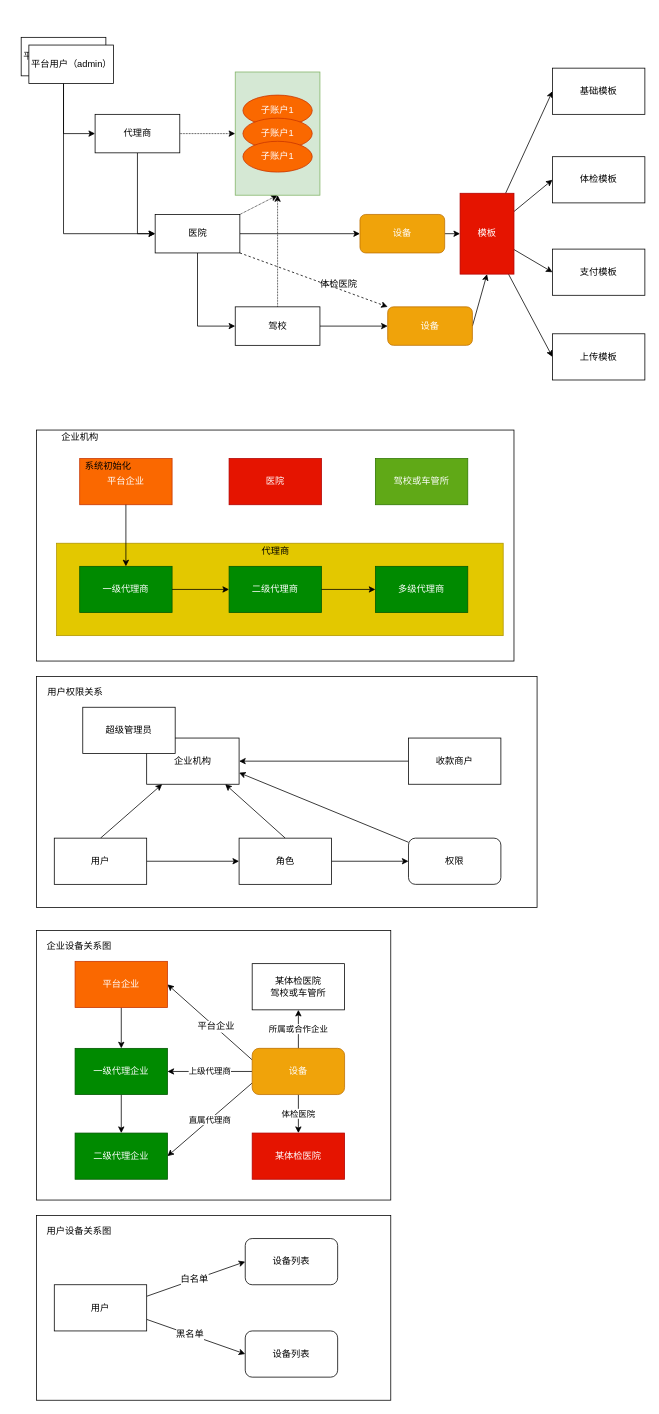
Earlier version of the draw.io diagram page "用户体系模型" (3 of 5) of V3.0.0.drawio (FifteenLab/test). Source tidied: cells renumbered, new cells numbered last; positions are measured from the earlier drawing's top-left corner, leaving out a move shared by most shapes. Both pictures are drawn from the tidied source at 77%, with x=0, y=0 at pixel (21, 29).
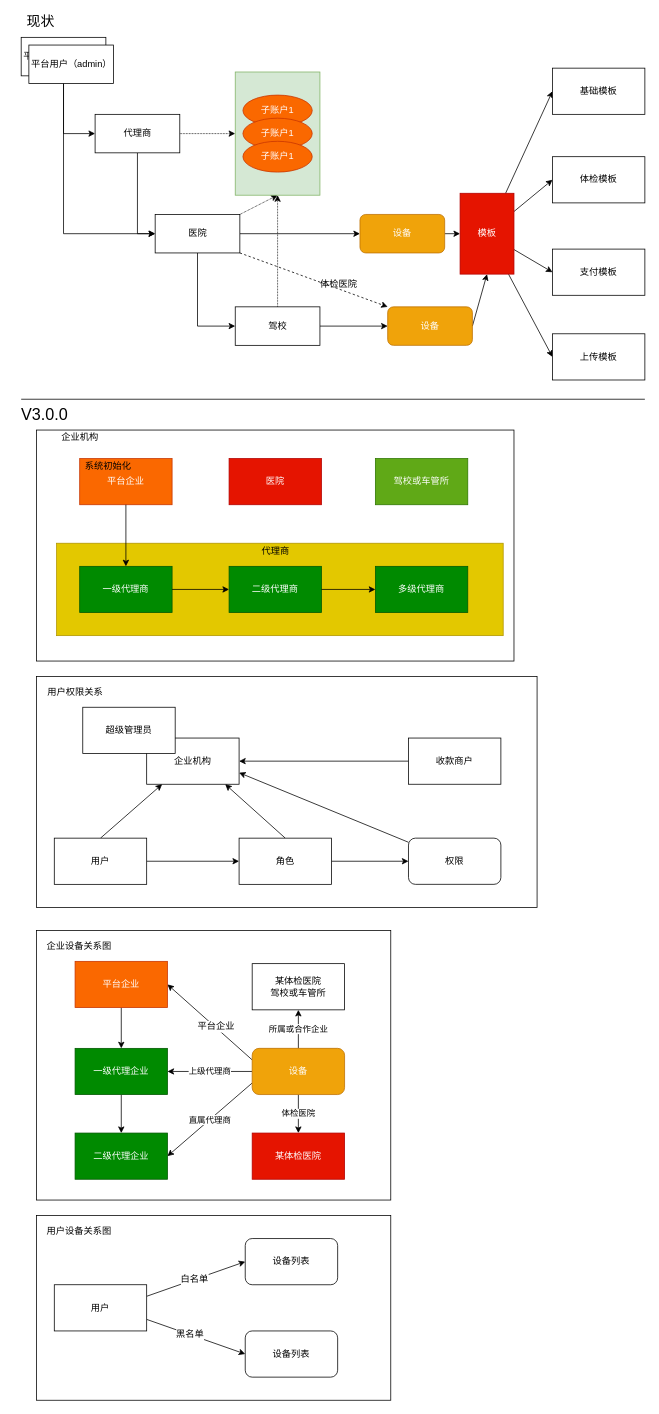
After the change.

The edit, as a diff of the source:
```diff
@@
+    <mxCell id="95" style="endArrow=none;html=1;" parent="1" edge="1">
+      <mxGeometry relative="1" as="geometry">
+        <mxPoint y="480" as="sourcePoint" />
+        <mxPoint x="810" y="480" as="targetPoint" />
+      </mxGeometry>
+    </mxCell>
+    <mxCell id="96" value="&lt;font style=&quot;font-size: 21px&quot;&gt;V3.0.0&lt;/font&gt;" style="text;html=1;align=center;verticalAlign=middle;" parent="1" vertex="1">
+      <mxGeometry x="-10" y="490" width="80" height="20" as="geometry" />
+    </mxCell>
+    <mxCell id="97" value="&lt;font style=&quot;font-size: 18px&quot;&gt;现状&lt;/font&gt;" style="text;html=1;align=center;verticalAlign=middle;" parent="1" vertex="1">
+      <mxGeometry y="-20" width="50" height="20" as="geometry" />
+    </mxCell>
```
